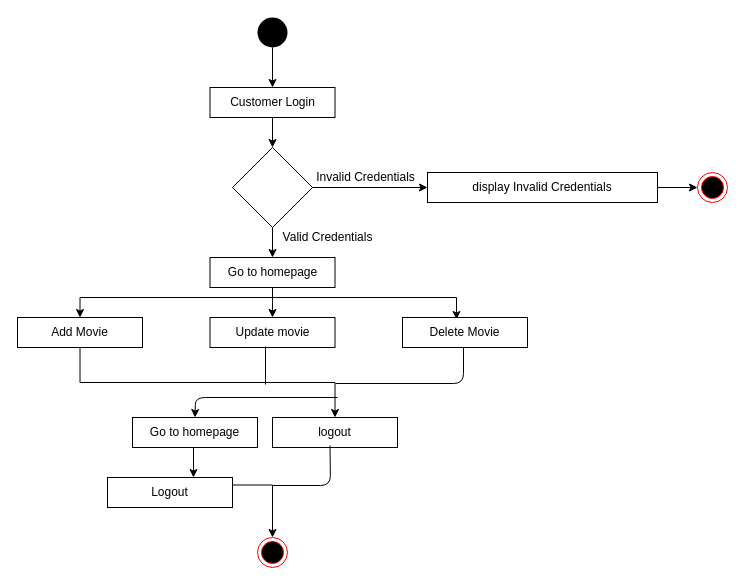
Above: AD(Admin).drawio in omanshagrawal21/Movie-ticket (draw.io), before the change. Source tidied: cells renumbered, new cells numbered last; positions are measured from the earlier drawing's top-left corner, leaving out a move shared by most shapes. Both pictures are drawn from the tidied source at 100%, with x=0, y=0 at pixel (17, 17).
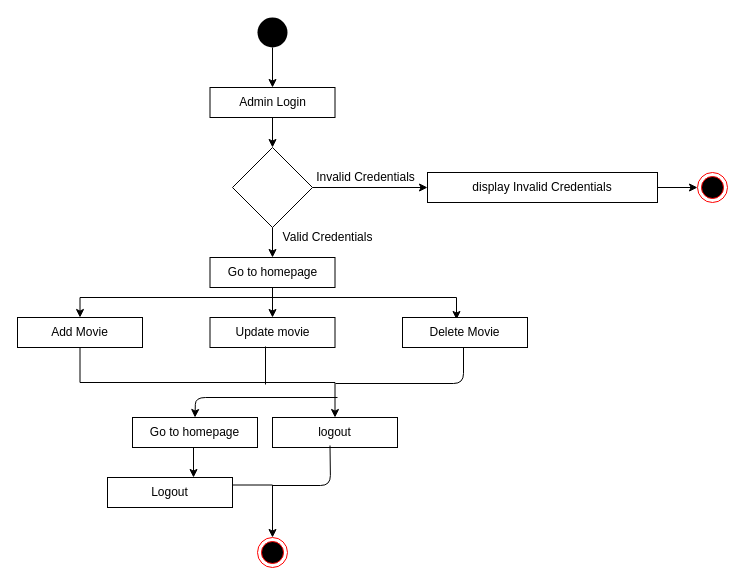
After the change.

The edit, as a diff of the source:
```diff
@@
-    <mxCell id="5" value="Customer Login" style="rounded=0;whiteSpace=wrap;html=1;" parent="1" vertex="1">
+    <mxCell id="5" value="Admin Login" style="rounded=0;whiteSpace=wrap;html=1;" parent="1" vertex="1">
       <mxGeometry x="192.5" y="70" width="125" height="30" as="geometry" />
     </mxCell>
```
